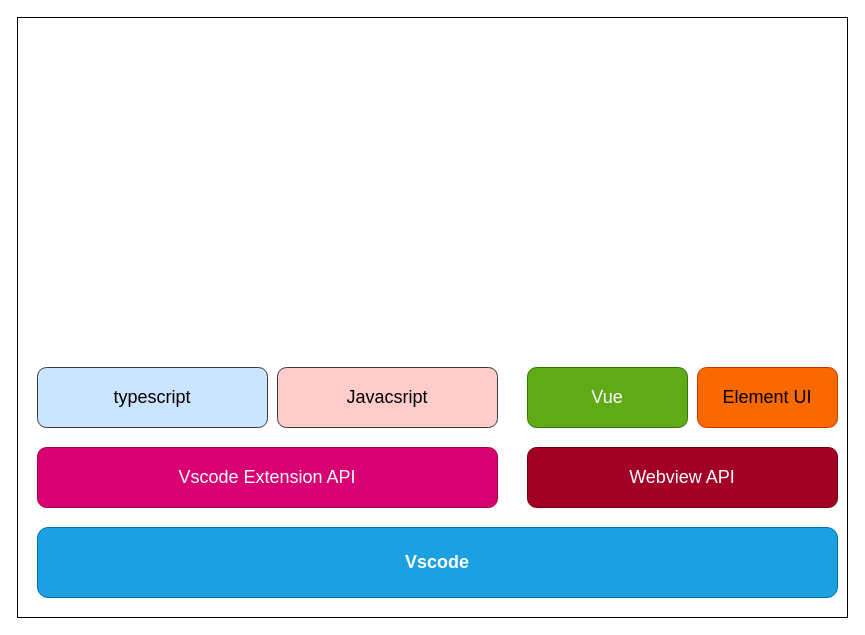
ErikChanGit/Draw.io keeps this draw.io diagram as vscode-smart.drawio. Above is the earlier version. Source tidied: cells renumbered, new cells numbered last; positions are measured from the earlier drawing's top-left corner, leaving out a move shared by most shapes. Both pictures are drawn from the tidied source at 100%, with x=0, y=0 at pixel (17, 17).
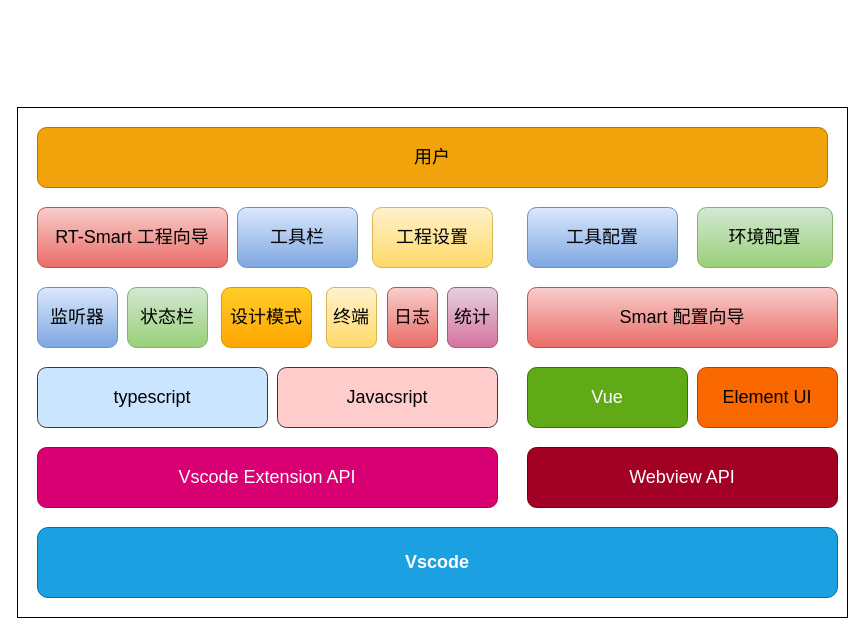
Above is the later version.

The edit, as a diff of the source:
```diff
@@
     <mxCell id="2" style="rounded=0;whiteSpace=wrap;html=1;" parent="1" vertex="1">
-      <mxGeometry width="830" height="600" as="geometry" />
+      <mxGeometry y="90" width="830" height="510" as="geometry" />
     </mxCell>
@@
+    <mxCell id="10" value="Smart 配置向导" style="rounded=1;whiteSpace=wrap;html=1;fontSize=18;fillColor=#f8cecc;strokeColor=#b85450;gradientColor=#ea6b66;" parent="1" vertex="1">
+      <mxGeometry x="510" y="270" width="310" height="60" as="geometry" />
+    </mxCell>
+    <mxCell id="11" value="工具配置" style="rounded=1;whiteSpace=wrap;html=1;fontSize=18;fillColor=#dae8fc;gradientColor=#7ea6e0;strokeColor=#6c8ebf;" parent="1" vertex="1">
+      <mxGeometry x="510" y="190" width="150" height="60" as="geometry" />
+    </mxCell>
+    <mxCell id="12" value="环境配置" style="rounded=1;whiteSpace=wrap;html=1;fontSize=18;fillColor=#d5e8d4;gradientColor=#97d077;strokeColor=#82b366;" parent="1" vertex="1">
+      <mxGeometry x="680" y="190" width="135" height="60" as="geometry" />
+    </mxCell>
+    <mxCell id="13" value="终端" style="rounded=1;whiteSpace=wrap;html=1;fontSize=18;fillColor=#fff2cc;gradientColor=#ffd966;strokeColor=#d6b656;" parent="1" vertex="1">
+      <mxGeometry x="309" y="270" width="50" height="60" as="geometry" />
+    </mxCell>
+    <mxCell id="14" value="日志" style="rounded=1;whiteSpace=wrap;html=1;fontSize=18;fillColor=#f8cecc;gradientColor=#ea6b66;strokeColor=#b85450;" parent="1" vertex="1">
+      <mxGeometry x="370" y="270" width="50" height="60" as="geometry" />
+    </mxCell>
+    <mxCell id="15" value="统计" style="rounded=1;whiteSpace=wrap;html=1;fontSize=18;fillColor=#e6d0de;gradientColor=#d5739d;strokeColor=#996185;" parent="1" vertex="1">
+      <mxGeometry x="430" y="270" width="50" height="60" as="geometry" />
+    </mxCell>
+    <mxCell id="16" value="监听器" style="rounded=1;whiteSpace=wrap;html=1;fontSize=18;fillColor=#dae8fc;gradientColor=#7ea6e0;strokeColor=#6c8ebf;" parent="1" vertex="1">
+      <mxGeometry x="20" y="270" width="80" height="60" as="geometry" />
+    </mxCell>
+    <mxCell id="17" value="状态栏" style="rounded=1;whiteSpace=wrap;html=1;fontSize=18;fillColor=#d5e8d4;gradientColor=#97d077;strokeColor=#82b366;" parent="1" vertex="1">
+      <mxGeometry x="110" y="270" width="80" height="60" as="geometry" />
+    </mxCell>
+    <mxCell id="18" value="设计模式" style="rounded=1;whiteSpace=wrap;html=1;fontSize=18;fillColor=#ffcd28;gradientColor=#ffa500;strokeColor=#d79b00;" parent="1" vertex="1">
+      <mxGeometry x="204" y="270" width="90" height="60" as="geometry" />
+    </mxCell>
+    <mxCell id="19" value="RT-Smart 工程向导" style="rounded=1;whiteSpace=wrap;html=1;fontSize=18;fillColor=#f8cecc;gradientColor=#ea6b66;strokeColor=#b85450;" parent="1" vertex="1">
+      <mxGeometry x="20" y="190" width="190" height="60" as="geometry" />
+    </mxCell>
+    <mxCell id="20" value="工具栏" style="rounded=1;whiteSpace=wrap;html=1;fontSize=18;fillColor=#dae8fc;gradientColor=#7ea6e0;strokeColor=#6c8ebf;" parent="1" vertex="1">
+      <mxGeometry x="220" y="190" width="120" height="60" as="geometry" />
+    </mxCell>
+    <mxCell id="21" value="工程设置" style="rounded=1;whiteSpace=wrap;html=1;fontSize=18;fillColor=#fff2cc;gradientColor=#ffd966;strokeColor=#d6b656;" parent="1" vertex="1">
+      <mxGeometry x="355" y="190" width="120" height="60" as="geometry" />
+    </mxCell>
+    <mxCell id="22" value="用户" style="rounded=1;whiteSpace=wrap;html=1;fontSize=18;fillColor=#f0a30a;fontColor=#000000;strokeColor=#BD7000;" parent="1" vertex="1">
+      <mxGeometry x="20" y="110" width="790" height="60" as="geometry" />
+    </mxCell>
```
